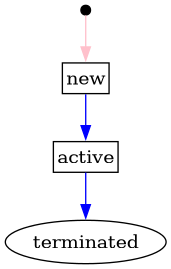
Earlier version of the PlantUML export docs/diagrams/service_providing_group_status.png (elhub/flex-information-system). Its source is kept beside it as docs/diagrams/service_providing_group_status.plantuml.
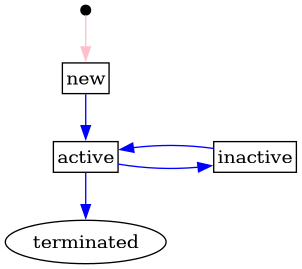
After the commit.

Commit message:
refactor: add SPG status 'inactive' (FLEX-684)

What changed in the source:
```diff
@@ -10,12 +10,18 @@
 
     // status
     new;
-    active;
+    {
+        rank = same;
+        inactive;
+        active;
+    }
     terminated [shape=oval];
 
     // transitions
     start -> new [label="", color="pink"];
     new -> active [label="", color="blue"];
+    active -> inactive [label="", color="blue"];
+    inactive -> active [label="", color="blue"];
     active -> terminated [label="", color="blue"];
    }
 @enddot
```
